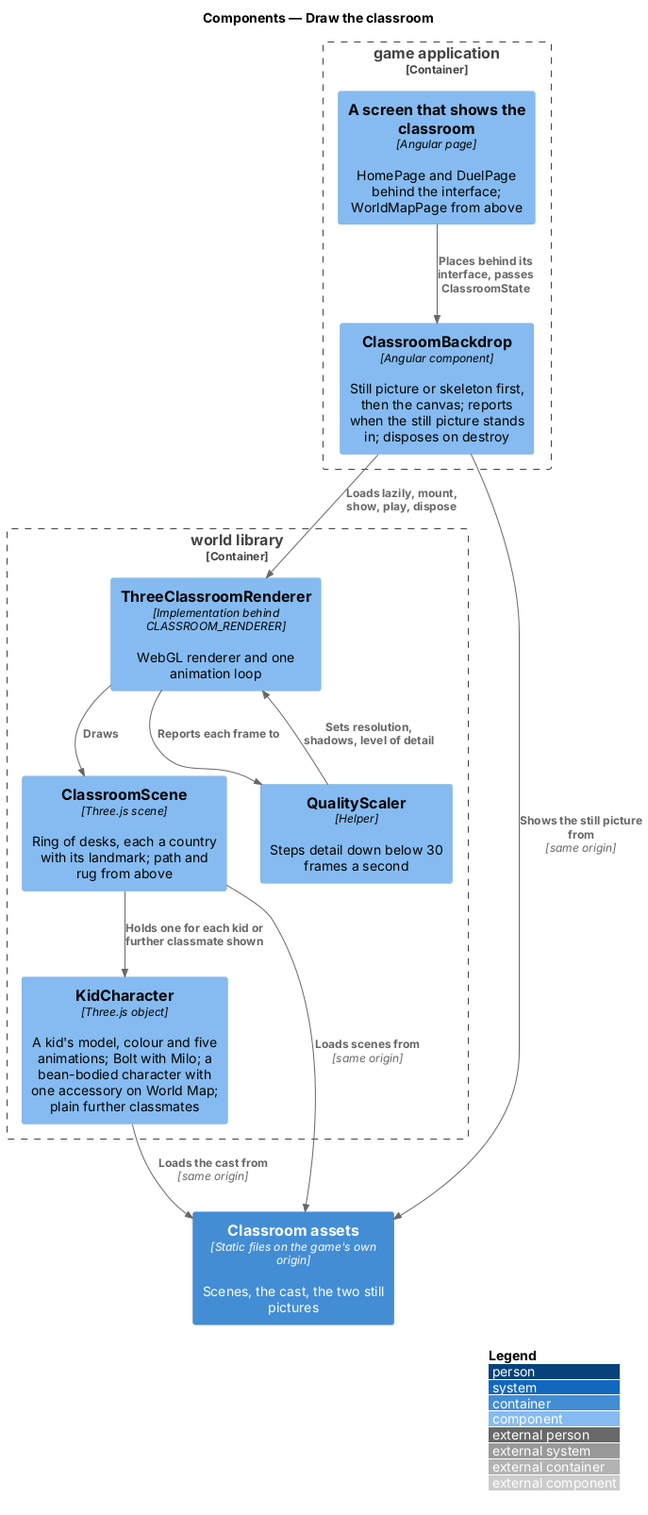
Earlier version of the PlantUML export docs/detailed-designs/classroom/draw-classroom/diagrams/c4-component.png (QuinntyneBrown/around-the-world). Its source is kept beside it as docs/detailed-designs/classroom/draw-classroom/diagrams/c4-component.puml. The source it was exported from:
```plantuml
@startuml
!include <C4/C4_Component>
LAYOUT_WITH_LEGEND()
title Components — Draw the classroom

Container_Boundary(game, "game application") {
  Component(screen, "A screen that shows the classroom", "Angular page", "HomePage and DuelPage behind the interface; WorldMapPage from above")
  Component(backdrop, "ClassroomBackdrop", "Angular component", "Still picture or skeleton first, then the canvas; reports when the still picture stands in; disposes on destroy")
}
Container_Boundary(world, "world library") {
  Component(renderer, "ThreeClassroomRenderer", "Implementation behind CLASSROOM_RENDERER", "WebGL renderer and one animation loop")
  Component(scene, "ClassroomScene", "Three.js scene", "Ring of desks, each a country with its landmark; path and rug from above")
  Component(kid, "KidCharacter", "Three.js object", "A kid's model, colour and five animations; Bolt with Milo; a bean-bodied character with one accessory on World Map; plain further classmates")
  Component(scaler, "QualityScaler", "Helper", "Steps detail down below 30 frames a second")
}
Container(assets, "Classroom assets", "Static files on the game's own origin", "Scenes, the cast, the two still pictures")

Rel(screen, backdrop, "Places behind its interface, passes ClassroomState")
Rel(backdrop, renderer, "Loads lazily, mount, show, play, dispose")
Rel(backdrop, assets, "Shows the still picture from", "same origin")
Rel(renderer, scene, "Draws")
Rel(scene, kid, "Holds one for each kid or further classmate shown")
Rel(renderer, scaler, "Reports each frame to")
Rel(scaler, renderer, "Sets resolution, shadows, level of detail")
Rel(scene, assets, "Loads scenes from", "same origin")
Rel(kid, assets, "Loads the cast from", "same origin")
@enduml
```
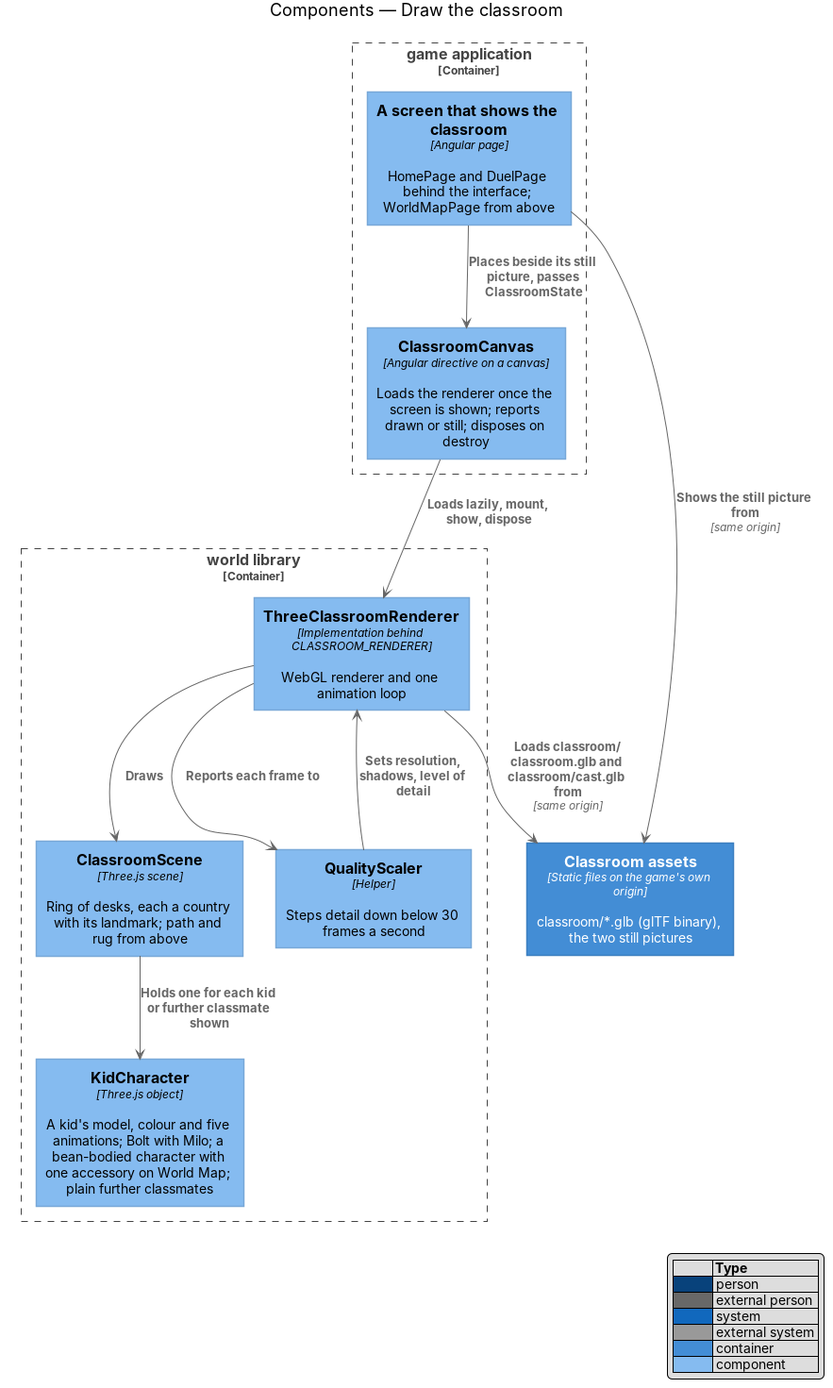
After the commit.

The edit, as a diff of the source:
```diff
@@ -5,7 +5,7 @@
 
 Container_Boundary(game, "game application") {
   Component(screen, "A screen that shows the classroom", "Angular page", "HomePage and DuelPage behind the interface; WorldMapPage from above")
-  Component(backdrop, "ClassroomBackdrop", "Angular component", "Still picture or skeleton first, then the canvas; reports when the still picture stands in; disposes on destroy")
+  Component(backdrop, "ClassroomCanvas", "Angular directive on a canvas", "Loads the renderer once the screen is shown; reports drawn or still; disposes on destroy")
 }
 Container_Boundary(world, "world library") {
   Component(renderer, "ThreeClassroomRenderer", "Implementation behind CLASSROOM_RENDERER", "WebGL renderer and one animation loop")
@@ -13,15 +13,14 @@
   Component(kid, "KidCharacter", "Three.js object", "A kid's model, colour and five animations; Bolt with Milo; a bean-bodied character with one accessory on World Map; plain further classmates")
   Component(scaler, "QualityScaler", "Helper", "Steps detail down below 30 frames a second")
 }
-Container(assets, "Classroom assets", "Static files on the game's own origin", "Scenes, the cast, the two still pictures")
+Container(assets, "Classroom assets", "Static files on the game's own origin", "classroom/*.glb (glTF binary), the two still pictures")
 
-Rel(screen, backdrop, "Places behind its interface, passes ClassroomState")
-Rel(backdrop, renderer, "Loads lazily, mount, show, play, dispose")
-Rel(backdrop, assets, "Shows the still picture from", "same origin")
+Rel(screen, backdrop, "Places beside its still picture, passes ClassroomState")
+Rel(backdrop, renderer, "Loads lazily, mount, show, dispose")
+Rel(screen, assets, "Shows the still picture from", "same origin")
 Rel(renderer, scene, "Draws")
 Rel(scene, kid, "Holds one for each kid or further classmate shown")
 Rel(renderer, scaler, "Reports each frame to")
 Rel(scaler, renderer, "Sets resolution, shadows, level of detail")
-Rel(scene, assets, "Loads scenes from", "same origin")
-Rel(kid, assets, "Loads the cast from", "same origin")
+Rel(renderer, assets, "Loads classroom/classroom.glb and classroom/cast.glb from", "same origin")
 @enduml
```
